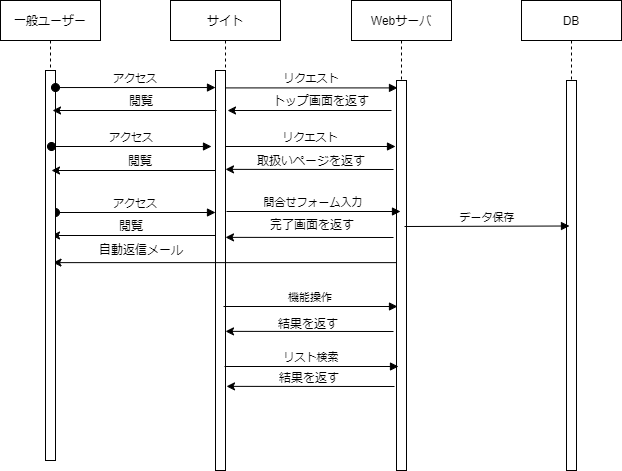
Earlier version of the draw.io export シーケンス図.drawio.png (buyodo/webgis-dev-doc). Source tidied: cells renumbered, new cells last; positions are measured from the earlier drawing's top-left corner, leaving out a move shared by most shapes.
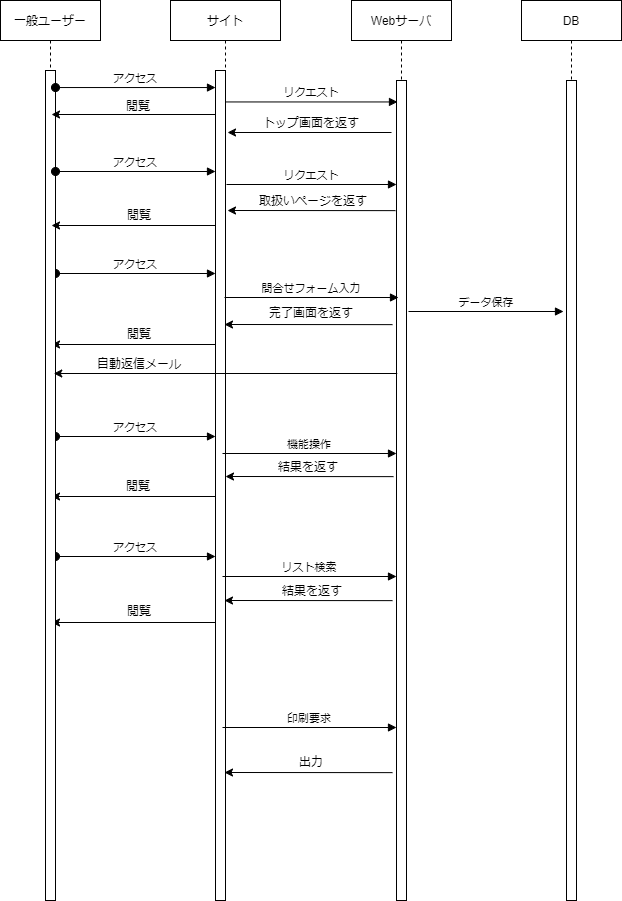
Above is the later version.

Commit message:
シーケンス図.drawio.png を更新します

What changed in the source:
```diff
@@ -3,76 +3,133 @@
     <mxCell id="0" />
     <mxCell id="1" parent="0" />
     <mxCell id="2" value="サイト" style="shape=umlLifeline;perimeter=lifelinePerimeter;rounded=0;shadow=0;strokeWidth=1;" parent="1" vertex="1">
-      <mxGeometry x="170" width="110" height="470" as="geometry" />
+      <mxGeometry x="170" width="110" height="900" as="geometry" />
     </mxCell>
     <mxCell id="3" style="points=[];perimeter=orthogonalPerimeter;rounded=0;shadow=0;strokeWidth=1;" parent="2" vertex="1">
-      <mxGeometry x="45" y="70" width="10" height="400" as="geometry" />
+      <mxGeometry x="45" y="70" width="10" height="830" as="geometry" />
     </mxCell>
-    <mxCell id="4" value="自動返信メール" style="text;html=1;strokeColor=none;fillColor=none;align=center;verticalAlign=middle;whiteSpace=wrap;rounded=0;" parent="2" vertex="1">
-      <mxGeometry x="-89" y="235" width="120" height="30" as="geometry" />
-    </mxCell>
     <mxCell id="5" value="アクセス" style="verticalAlign=bottom;startArrow=oval;endArrow=block;startSize=8;shadow=0;strokeWidth=1;exitX=1;exitY=0.036;exitDx=0;exitDy=0;exitPerimeter=0;" parent="2" edge="1">
       <mxGeometry relative="1" as="geometry">
-        <mxPoint x="-115" y="212" as="sourcePoint" />
-        <mxPoint x="45" y="212" as="targetPoint" />
+        <mxPoint x="-115" y="273" as="sourcePoint" />
+        <mxPoint x="45" y="273" as="targetPoint" />
       </mxGeometry>
     </mxCell>
     <mxCell id="6" style="endArrow=classic;html=1;rounded=0;" parent="2" edge="1">
       <mxGeometry relative="1" as="geometry">
-        <mxPoint x="45" y="235" as="sourcePoint" />
-        <mxPoint x="-119" y="235" as="targetPoint" />
+        <mxPoint x="45" y="344" as="sourcePoint" />
+        <mxPoint x="-119" y="344" as="targetPoint" />
       </mxGeometry>
     </mxCell>
+    <mxCell id="14" style="endArrow=classic;html=1;rounded=0;" parent="2" edge="1">
+      <mxGeometry relative="1" as="geometry">
+        <mxPoint x="221" y="132" as="sourcePoint" />
+        <mxPoint x="57" y="132" as="targetPoint" />
+      </mxGeometry>
+    </mxCell>
+    <mxCell id="37" value="アクセス" style="verticalAlign=bottom;startArrow=oval;endArrow=block;startSize=8;shadow=0;strokeWidth=1;exitX=1;exitY=0.036;exitDx=0;exitDy=0;exitPerimeter=0;" parent="2" edge="1">
+      <mxGeometry relative="1" as="geometry">
+        <mxPoint x="-115" y="436" as="sourcePoint" />
+        <mxPoint x="45" y="436" as="targetPoint" />
+      </mxGeometry>
+    </mxCell>
+    <mxCell id="38" style="endArrow=classic;html=1;rounded=0;" parent="2" edge="1">
+      <mxGeometry relative="1" as="geometry">
+        <mxPoint x="45" y="496" as="sourcePoint" />
+        <mxPoint x="-119" y="496" as="targetPoint" />
+      </mxGeometry>
+    </mxCell>
+    <mxCell id="39" value="アクセス" style="verticalAlign=bottom;startArrow=oval;endArrow=block;startSize=8;shadow=0;strokeWidth=1;exitX=1;exitY=0.036;exitDx=0;exitDy=0;exitPerimeter=0;" parent="2" edge="1">
+      <mxGeometry relative="1" as="geometry">
+        <mxPoint x="-115" y="556" as="sourcePoint" />
+        <mxPoint x="45" y="556" as="targetPoint" />
+      </mxGeometry>
+    </mxCell>
+    <mxCell id="40" style="endArrow=classic;html=1;rounded=0;" parent="2" edge="1">
+      <mxGeometry relative="1" as="geometry">
+        <mxPoint x="45" y="622" as="sourcePoint" />
+        <mxPoint x="-119" y="622" as="targetPoint" />
+      </mxGeometry>
+    </mxCell>
-    <mxCell id="7" value="リクエスト" style="verticalAlign=bottom;endArrow=block;entryX=0.1;entryY=0.019;shadow=0;strokeWidth=1;entryDx=0;entryDy=0;entryPerimeter=0;" parent="1" edge="1" source="3" target="9">
-      <mxGeometry relative="1" as="geometry" />
+    <mxCell id="7" value="リクエスト" style="verticalAlign=bottom;endArrow=block;entryX=0.1;entryY=0.019;shadow=0;strokeWidth=1;entryDx=0;entryDy=0;entryPerimeter=0;" parent="1" edge="1">
+      <mxGeometry relative="1" as="geometry">
+        <mxPoint x="225" y="101.5" as="sourcePoint" />
+        <mxPoint x="397" y="101.5" as="targetPoint" />
+      </mxGeometry>
     </mxCell>
     <mxCell id="8" value="Webサーバ" style="shape=umlLifeline;perimeter=lifelinePerimeter;rounded=0;shadow=0;strokeWidth=1;" parent="1" vertex="1">
-      <mxGeometry x="351" width="100" height="470" as="geometry" />
+      <mxGeometry x="351" width="100" height="900" as="geometry" />
     </mxCell>
     <mxCell id="9" style="points=[];perimeter=orthogonalPerimeter;rounded=0;shadow=0;strokeWidth=1;" parent="8" vertex="1">
-      <mxGeometry x="45" y="80" width="10" height="390" as="geometry" />
+      <mxGeometry x="45" y="80" width="10" height="820" as="geometry" />
     </mxCell>
-    <mxCell id="10" style="endArrow=classic;html=1;rounded=0;" parent="8" edge="1">
-      <mxGeometry relative="1" as="geometry">
-        <mxPoint x="45" y="262.1" as="sourcePoint" />
-        <mxPoint x="-298.5" y="262.1" as="targetPoint" />
-      </mxGeometry>
-    </mxCell>
     <mxCell id="11" value="機能操作" style="verticalAlign=bottom;endArrow=block;shadow=0;strokeWidth=1;" parent="8" edge="1">
       <mxGeometry relative="1" as="geometry">
-        <mxPoint x="-128" y="306" as="sourcePoint" />
-        <mxPoint x="46" y="306" as="targetPoint" />
+        <mxPoint x="-129" y="453" as="sourcePoint" />
+        <mxPoint x="45" y="453" as="targetPoint" />
       </mxGeometry>
     </mxCell>
     <mxCell id="12" style="endArrow=classic;html=1;rounded=0;" parent="8" edge="1">
       <mxGeometry relative="1" as="geometry">
-        <mxPoint x="42" y="331" as="sourcePoint" />
-        <mxPoint x="-126" y="330.9" as="targetPoint" />
+        <mxPoint x="42" y="476.1" as="sourcePoint" />
+        <mxPoint x="-126" y="476" as="targetPoint" />
       </mxGeometry>
     </mxCell>
-    <mxCell id="13" value="結果を返す" style="text;html=1;strokeColor=none;fillColor=none;align=center;verticalAlign=middle;whiteSpace=wrap;rounded=0;" parent="8" vertex="1">
-      <mxGeometry x="-104" y="309" width="122" height="30.5" as="geometry" />
-    </mxCell>
-    <mxCell id="14" style="endArrow=classic;html=1;rounded=0;" parent="1" edge="1">
-      <mxGeometry relative="1" as="geometry">
-        <mxPoint x="391" y="110" as="sourcePoint" />
-        <mxPoint x="227" y="110" as="targetPoint" />
-      </mxGeometry>
-    </mxCell>
+    <mxCell id="41" value="印刷要求" style="verticalAlign=bottom;endArrow=block;shadow=0;strokeWidth=1;" parent="8" edge="1">
+      <mxGeometry relative="1" as="geometry">
+        <mxPoint x="-129" y="727" as="sourcePoint" />
+        <mxPoint x="45" y="727" as="targetPoint" />
+      </mxGeometry>
+    </mxCell>
+    <mxCell id="42" style="endArrow=classic;html=1;rounded=0;" parent="8" edge="1">
+      <mxGeometry relative="1" as="geometry">
+        <mxPoint x="41" y="772.1" as="sourcePoint" />
+        <mxPoint x="-127" y="772" as="targetPoint" />
+      </mxGeometry>
+    </mxCell>
+    <mxCell id="27" style="endArrow=classic;html=1;rounded=0;" parent="8" edge="1">
+      <mxGeometry relative="1" as="geometry">
+        <mxPoint x="41" y="324.1" as="sourcePoint" />
+        <mxPoint x="-127" y="324" as="targetPoint" />
+      </mxGeometry>
+    </mxCell>
+    <mxCell id="21" style="endArrow=classic;html=1;rounded=0;" parent="8" edge="1">
+      <mxGeometry relative="1" as="geometry">
+        <mxPoint x="44" y="210.1" as="sourcePoint" />
+        <mxPoint x="-124" y="210" as="targetPoint" />
+      </mxGeometry>
+    </mxCell>
+    <mxCell id="20" value="リクエスト" style="verticalAlign=bottom;endArrow=block;shadow=0;strokeWidth=1;" parent="8" edge="1">
+      <mxGeometry relative="1" as="geometry">
+        <mxPoint x="-125" y="184" as="sourcePoint" />
+        <mxPoint x="45" y="184" as="targetPoint" />
+      </mxGeometry>
+    </mxCell>
+    <mxCell id="29" value="リスト検索" style="verticalAlign=bottom;endArrow=block;shadow=0;strokeWidth=1;" parent="8" edge="1">
+      <mxGeometry relative="1" as="geometry">
+        <mxPoint x="-129" y="576" as="sourcePoint" />
+        <mxPoint x="45" y="576" as="targetPoint" />
+      </mxGeometry>
+    </mxCell>
+    <mxCell id="30" style="endArrow=classic;html=1;rounded=0;" parent="8" edge="1">
+      <mxGeometry relative="1" as="geometry">
+        <mxPoint x="41" y="600.1" as="sourcePoint" />
+        <mxPoint x="-127" y="600" as="targetPoint" />
+      </mxGeometry>
+    </mxCell>
     <mxCell id="15" value="一般ユーザー" style="shape=umlLifeline;perimeter=lifelinePerimeter;rounded=0;shadow=0;strokeWidth=1;" parent="1" vertex="1">
-      <mxGeometry width="100" height="460" as="geometry" />
+      <mxGeometry width="100" height="900" as="geometry" />
     </mxCell>
     <mxCell id="16" style="perimeter=orthogonalPerimeter;rounded=0;shadow=0;strokeWidth=1;" parent="15" vertex="1">
-      <mxGeometry x="45" y="70" width="10" height="390" as="geometry" />
+      <mxGeometry x="45" y="70" width="10" height="830" as="geometry" />
     </mxCell>
     <mxCell id="17" style="endArrow=classic;html=1;rounded=0;" parent="15" edge="1">
       <mxGeometry relative="1" as="geometry">
-        <mxPoint x="216" y="110" as="sourcePoint" />
-        <mxPoint x="52" y="110" as="targetPoint" />
+        <mxPoint x="215" y="114" as="sourcePoint" />
+        <mxPoint x="51" y="114" as="targetPoint" />
       </mxGeometry>
     </mxCell>
     <mxCell id="18" value="トップ画面を返す" style="text;html=1;strokeColor=none;fillColor=none;align=center;verticalAlign=middle;whiteSpace=wrap;rounded=0;" parent="1" vertex="1">
-      <mxGeometry x="261" y="86" width="120" height="30" as="geometry" />
+      <mxGeometry x="251" y="108" width="120" height="30" as="geometry" />
     </mxCell>
     <mxCell id="19" value="アクセス" style="verticalAlign=bottom;startArrow=oval;endArrow=block;startSize=8;shadow=0;strokeWidth=1;exitX=1;exitY=0.036;exitDx=0;exitDy=0;exitPerimeter=0;" parent="1" edge="1">
       <mxGeometry relative="1" as="geometry">
@@ -80,83 +137,74 @@
         <mxPoint x="215" y="87" as="targetPoint" />
       </mxGeometry>
     </mxCell>
-    <mxCell id="20" value="リクエスト" style="verticalAlign=bottom;endArrow=block;shadow=0;strokeWidth=1;" parent="1" edge="1">
-      <mxGeometry relative="1" as="geometry">
-        <mxPoint x="225" y="146" as="sourcePoint" />
-        <mxPoint x="395" y="146" as="targetPoint" />
-      </mxGeometry>
-    </mxCell>
-    <mxCell id="21" style="endArrow=classic;html=1;rounded=0;" parent="1" edge="1">
-      <mxGeometry relative="1" as="geometry">
-        <mxPoint x="393" y="169" as="sourcePoint" />
-        <mxPoint x="225" y="168.9" as="targetPoint" />
-      </mxGeometry>
-    </mxCell>
     <mxCell id="22" value="取扱いページを返す" style="text;html=1;strokeColor=none;fillColor=none;align=center;verticalAlign=middle;whiteSpace=wrap;rounded=0;" parent="1" vertex="1">
-      <mxGeometry x="251" y="146" width="120" height="30" as="geometry" />
+      <mxGeometry x="253" y="186" width="120" height="30" as="geometry" />
     </mxCell>
     <mxCell id="23" value="DB" style="shape=umlLifeline;perimeter=lifelinePerimeter;rounded=0;shadow=0;strokeWidth=1;" parent="1" vertex="1">
-      <mxGeometry x="521" width="100" height="470" as="geometry" />
+      <mxGeometry x="521" width="100" height="900" as="geometry" />
     </mxCell>
     <mxCell id="24" style="perimeter=orthogonalPerimeter;rounded=0;shadow=0;strokeWidth=1;" parent="23" vertex="1">
-      <mxGeometry x="45" y="80" width="10" height="390" as="geometry" />
+      <mxGeometry x="45" y="80" width="10" height="820" as="geometry" />
     </mxCell>
-    <mxCell id="25" value="データ保存" style="verticalAlign=bottom;endArrow=block;shadow=0;strokeWidth=1;" parent="23" edge="1">
-      <mxGeometry relative="1" as="geometry">
-        <mxPoint x="-117" y="226" as="sourcePoint" />
-        <mxPoint x="48" y="225.5" as="targetPoint" />
-      </mxGeometry>
-    </mxCell>
     <mxCell id="26" value="問合せフォーム入力" style="verticalAlign=bottom;endArrow=block;shadow=0;strokeWidth=1;" parent="1" edge="1">
       <mxGeometry relative="1" as="geometry">
-        <mxPoint x="226" y="211" as="sourcePoint" />
-        <mxPoint x="400" y="211" as="targetPoint" />
+        <mxPoint x="224" y="297" as="sourcePoint" />
+        <mxPoint x="398" y="297" as="targetPoint" />
       </mxGeometry>
     </mxCell>
-    <mxCell id="27" style="endArrow=classic;html=1;rounded=0;" parent="1" edge="1">
-      <mxGeometry relative="1" as="geometry">
-        <mxPoint x="393" y="237" as="sourcePoint" />
-        <mxPoint x="225" y="236.9" as="targetPoint" />
-      </mxGeometry>
-    </mxCell>
     <mxCell id="28" value="完了画面を返す" style="text;html=1;strokeColor=none;fillColor=none;align=center;verticalAlign=middle;whiteSpace=wrap;rounded=0;" parent="1" vertex="1">
-      <mxGeometry x="251" y="210" width="122" height="30.5" as="geometry" />
+      <mxGeometry x="250" y="298" width="122" height="30.5" as="geometry" />
     </mxCell>
-    <mxCell id="29" value="リスト検索" style="verticalAlign=bottom;endArrow=block;shadow=0;strokeWidth=1;" parent="1" edge="1">
-      <mxGeometry relative="1" as="geometry">
-        <mxPoint x="224" y="366" as="sourcePoint" />
-        <mxPoint x="398" y="366" as="targetPoint" />
-      </mxGeometry>
-    </mxCell>
-    <mxCell id="30" style="endArrow=classic;html=1;rounded=0;" parent="1" edge="1">
-      <mxGeometry relative="1" as="geometry">
-        <mxPoint x="394" y="386" as="sourcePoint" />
-        <mxPoint x="226" y="385.9" as="targetPoint" />
-      </mxGeometry>
-    </mxCell>
     <mxCell id="31" value="結果を返す" style="text;html=1;strokeColor=none;fillColor=none;align=center;verticalAlign=middle;whiteSpace=wrap;rounded=0;" parent="1" vertex="1">
-      <mxGeometry x="248" y="363" width="122" height="30.5" as="geometry" />
+      <mxGeometry x="251" y="576" width="122" height="30.5" as="geometry" />
     </mxCell>
     <mxCell id="32" value="閲覧" style="text;html=1;strokeColor=none;fillColor=none;align=center;verticalAlign=middle;whiteSpace=wrap;rounded=0;" parent="1" vertex="1">
-      <mxGeometry x="81" y="86" width="120" height="30" as="geometry" />
+      <mxGeometry x="78" y="91" width="120" height="30" as="geometry" />
     </mxCell>
     <mxCell id="33" style="endArrow=classic;html=1;rounded=0;" parent="1" edge="1">
       <mxGeometry relative="1" as="geometry">
-        <mxPoint x="215" y="170" as="sourcePoint" />
-        <mxPoint x="51" y="170" as="targetPoint" />
+        <mxPoint x="215" y="225" as="sourcePoint" />
+        <mxPoint x="51" y="225" as="targetPoint" />
       </mxGeometry>
     </mxCell>
     <mxCell id="34" value="閲覧" style="text;html=1;strokeColor=none;fillColor=none;align=center;verticalAlign=middle;whiteSpace=wrap;rounded=0;" parent="1" vertex="1">
-      <mxGeometry x="80" y="146" width="120" height="30" as="geometry" />
+      <mxGeometry x="79" y="200" width="120" height="30" as="geometry" />
     </mxCell>
     <mxCell id="35" value="アクセス" style="verticalAlign=bottom;startArrow=oval;endArrow=block;startSize=8;shadow=0;strokeWidth=1;exitX=1;exitY=0.036;exitDx=0;exitDy=0;exitPerimeter=0;" parent="1" edge="1">
       <mxGeometry relative="1" as="geometry">
-        <mxPoint x="51" y="146" as="sourcePoint" />
-        <mxPoint x="211" y="146" as="targetPoint" />
+        <mxPoint x="55" y="171" as="sourcePoint" />
+        <mxPoint x="215" y="171" as="targetPoint" />
       </mxGeometry>
     </mxCell>
     <mxCell id="36" value="閲覧" style="text;html=1;strokeColor=none;fillColor=none;align=center;verticalAlign=middle;whiteSpace=wrap;rounded=0;" parent="1" vertex="1">
-      <mxGeometry x="71" y="210.5" width="120" height="30" as="geometry" />
+      <mxGeometry x="79" y="319" width="120" height="30" as="geometry" />
     </mxCell>
+    <mxCell id="43" value="出力" style="text;html=1;strokeColor=none;fillColor=none;align=center;verticalAlign=middle;whiteSpace=wrap;rounded=0;" parent="1" vertex="1">
+      <mxGeometry x="250" y="747" width="122" height="30.5" as="geometry" />
+    </mxCell>
+    <mxCell id="13" value="結果を返す" style="text;html=1;strokeColor=none;fillColor=none;align=center;verticalAlign=middle;whiteSpace=wrap;rounded=0;" parent="1" vertex="1">
+      <mxGeometry x="247" y="452" width="122" height="30.5" as="geometry" />
+    </mxCell>
+    <mxCell id="10" style="endArrow=classic;html=1;rounded=0;" parent="1" edge="1">
+      <mxGeometry relative="1" as="geometry">
+        <mxPoint x="396.8" y="373" as="sourcePoint" />
+        <mxPoint x="53.2" y="373" as="targetPoint" />
+      </mxGeometry>
+    </mxCell>
+    <mxCell id="4" value="自動返信メール" style="text;html=1;strokeColor=none;fillColor=none;align=center;verticalAlign=middle;whiteSpace=wrap;rounded=0;" parent="1" vertex="1">
+      <mxGeometry x="79" y="349" width="120" height="30" as="geometry" />
+    </mxCell>
+    <mxCell id="25" value="データ保存" style="verticalAlign=bottom;endArrow=block;shadow=0;strokeWidth=1;" parent="1" edge="1">
+      <mxGeometry relative="1" as="geometry">
+        <mxPoint x="408" y="311" as="sourcePoint" />
+        <mxPoint x="563" y="311" as="targetPoint" />
+      </mxGeometry>
+    </mxCell>
+    <mxCell id="44" value="閲覧" style="text;html=1;strokeColor=none;fillColor=none;align=center;verticalAlign=middle;whiteSpace=wrap;rounded=0;" parent="1" vertex="1">
+      <mxGeometry x="78" y="471" width="120" height="30" as="geometry" />
+    </mxCell>
+    <mxCell id="45" value="閲覧" style="text;html=1;strokeColor=none;fillColor=none;align=center;verticalAlign=middle;whiteSpace=wrap;rounded=0;" parent="1" vertex="1">
+      <mxGeometry x="79" y="596" width="120" height="30" as="geometry" />
+    </mxCell>
   </root>
 </mxGraphModel>
```
